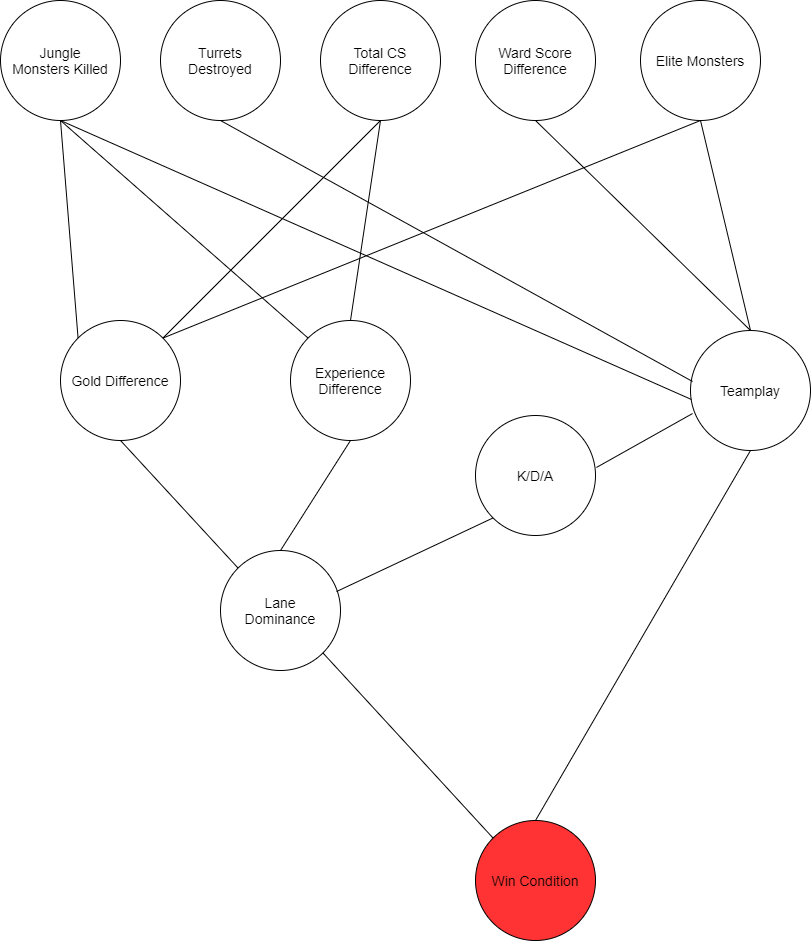
Above: league_bayesian.png in terryhn1/league_pred (draw.io), before the change. Source tidied: cells renumbered, new cells last; positions are measured from the earlier drawing's top-left corner, leaving out a move shared by most shapes.
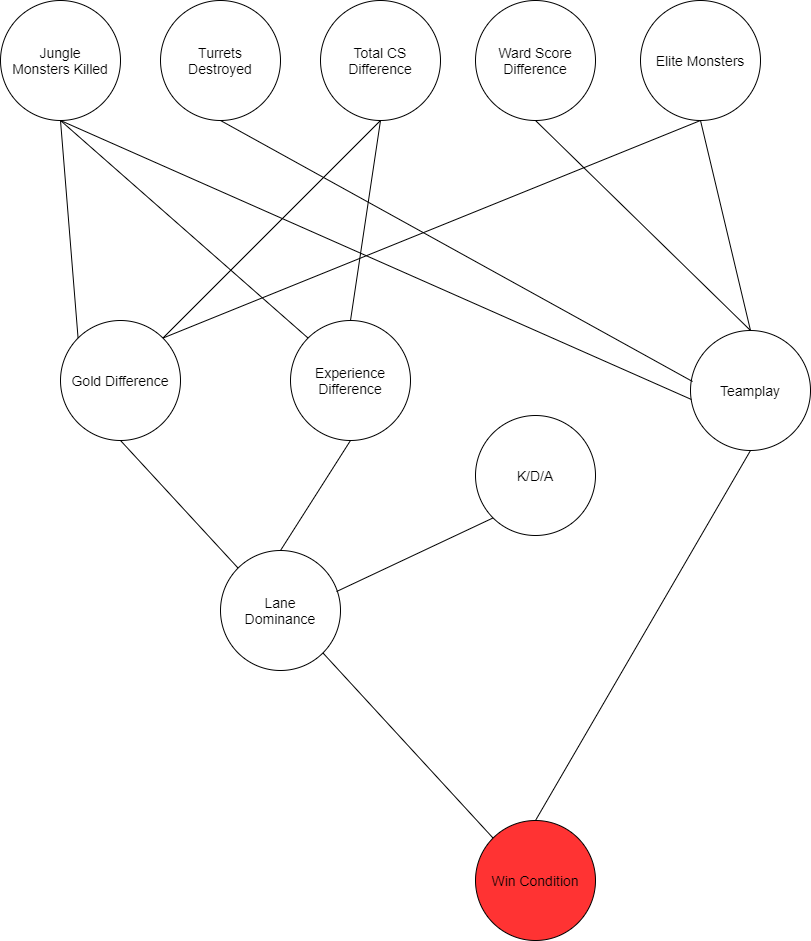
The same diagram one commit later.

Change to the diagram source:
```diff
@@ -104,9 +104,6 @@
     <mxCell id="35" style="endArrow=none;html=1;entryX=0.5;entryY=1;entryDx=0;entryDy=0;exitX=0.5;exitY=0;exitDx=0;exitDy=0;" parent="1" edge="1" source="16" target="12">
       <mxGeometry relative="1" as="geometry" />
     </mxCell>
-    <mxCell id="36" style="endArrow=none;html=1;entryX=1.008;entryY=0.433;entryDx=0;entryDy=0;exitX=0.017;exitY=0.692;exitDx=0;exitDy=0;exitPerimeter=0;entryPerimeter=0;" parent="1" edge="1" source="14" target="31">
-      <mxGeometry relative="1" as="geometry" />
-    </mxCell>
     <mxCell id="37" style="endArrow=none;html=1;entryX=0;entryY=1;entryDx=0;entryDy=0;exitX=0.967;exitY=0.342;exitDx=0;exitDy=0;exitPerimeter=0;" parent="1" edge="1" source="16" target="31">
       <mxGeometry relative="1" as="geometry" />
     </mxCell>
```
